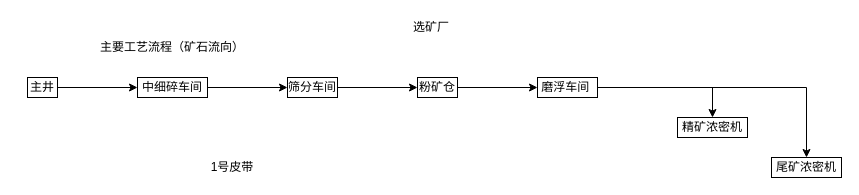
XS0612/daviddraw-drawio-diagrams keeps this draw.io diagram as 选矿工艺流程图.drawio. Above is the earlier version. Source tidied: cells renumbered, new cells numbered last; positions are measured from the earlier drawing's top-left corner, leaving out a move shared by most shapes. Both pictures are drawn from the tidied source at 100%, with x=0, y=0 at pixel (21, 17).
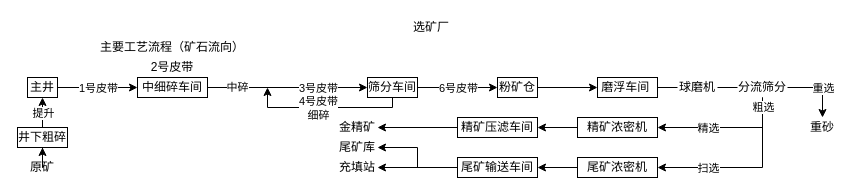
The same diagram, later.

Commit message:
更新选矿工艺流程图.drawio

The change refers to these unchanged cells:
```xml
<mxCell id="4" style="edgeStyle=orthogonalEdgeStyle;rounded=0;jettySize=auto;html=1;" parent="1" edge="1" source="5" target="7">
  <mxGeometry relative="1" as="geometry" />
</mxCell>
<mxCell id="5" value="主井" style="whiteSpace=wrap;html=1;" parent="1" vertex="1">
  <mxGeometry x="6" y="60" width="30" height="20" as="geometry" />
</mxCell>
<mxCell id="6" style="edgeStyle=orthogonalEdgeStyle;rounded=0;jettySize=auto;html=1;" parent="1" edge="1" source="7" target="10">
  <mxGeometry relative="1" as="geometry" />
</mxCell>
<mxCell id="9" style="edgeStyle=orthogonalEdgeStyle;rounded=0;jettySize=auto;html=1;" parent="1" edge="1" source="10" target="12">
  <mxGeometry relative="1" as="geometry" />
</mxCell>
```

Diff of the diagram source:
```diff
@@
+    <mxCell id="8" value="1号皮带" style="edgeLabel;html=1;align=center;verticalAlign=middle;" parent="4" vertex="1">
+      <mxGeometry x="-0.05" y="-1" relative="1" as="geometry">
+        <mxPoint x="2" y="-1" as="offset" />
+      </mxGeometry>
+    </mxCell>
@@
+    <mxCell id="18" value="3号皮带" style="edgeLabel;html=1;align=center;verticalAlign=middle;" parent="6" vertex="1">
+      <mxGeometry x="-0.05" relative="1" as="geometry">
+        <mxPoint x="34" as="offset" />
+      </mxGeometry>
+    </mxCell>
+    <mxCell id="19" value="中碎" style="edgeLabel;html=1;align=center;verticalAlign=middle;" parent="6" vertex="1">
+      <mxGeometry x="-0.64" y="1" relative="1" as="geometry" />
+    </mxCell>
@@
-    <mxCell id="8" value="1号皮带" style="text;html=1;whiteSpace=wrap;strokeColor=none;fillColor=none;align=center;verticalAlign=middle;rounded=0;" parent="1" vertex="1">
-      <mxGeometry x="186" y="140" width="50" height="20" as="geometry" />
-    </mxCell>
@@
+    <mxCell id="20" value="6号皮带" style="edgeLabel;html=1;align=center;verticalAlign=middle;" parent="9" vertex="1">
+      <mxGeometry x="0.03" y="-1" relative="1" as="geometry">
+        <mxPoint x="-1" y="-1" as="offset" />
+      </mxGeometry>
+    </mxCell>
+    <mxCell id="21" style="edgeStyle=orthogonalEdgeStyle;rounded=0;jettySize=auto;html=1;exitX=0.5;exitY=1;exitDx=0;exitDy=0;" parent="1" edge="1" source="10">
+      <mxGeometry relative="1" as="geometry">
+        <mxPoint x="246" y="70" as="targetPoint" />
+        <Array as="points">
+          <mxPoint x="371" y="90" />
+          <mxPoint x="246" y="90" />
+        </Array>
+      </mxGeometry>
+    </mxCell>
+    <mxCell id="22" value="4号皮带&lt;div&gt;细碎&lt;/div&gt;" style="edgeLabel;html=1;align=center;verticalAlign=middle;" parent="21" vertex="1">
+      <mxGeometry x="0.01" y="-2" relative="1" as="geometry">
+        <mxPoint x="-7" y="2" as="offset" />
+      </mxGeometry>
+    </mxCell>
     <mxCell id="10" value="筛分车间" style="whiteSpace=wrap;html=1;" parent="1" vertex="1">
-      <mxGeometry x="266" y="60" width="50" height="20" as="geometry" />
+      <mxGeometry x="346" y="60" width="50" height="20" as="geometry" />
     </mxCell>
@@
     <mxCell id="12" value="粉矿仓" style="whiteSpace=wrap;html=1;" parent="1" vertex="1">
-      <mxGeometry x="396" y="60" width="40" height="20" as="geometry" />
+      <mxGeometry x="476" y="60" width="40" height="20" as="geometry" />
     </mxCell>
-    <mxCell id="13" style="edgeStyle=orthogonalEdgeStyle;rounded=0;jettySize=auto;html=1;" parent="1" edge="1" source="15" target="16">
-      <mxGeometry relative="1" as="geometry" />
-    </mxCell>
-    <mxCell id="14" style="edgeStyle=orthogonalEdgeStyle;rounded=0;jettySize=auto;html=1;" parent="1" edge="1" source="15" target="17">
-      <mxGeometry relative="1" as="geometry" />
-    </mxCell>
     <mxCell id="15" value="磨浮车间&amp;nbsp;" style="whiteSpace=wrap;html=1;" parent="1" vertex="1">
-      <mxGeometry x="516" y="60" width="60" height="20" as="geometry" />
+      <mxGeometry x="576" y="60" width="60" height="20" as="geometry" />
     </mxCell>
+    <mxCell id="23" style="edgeStyle=orthogonalEdgeStyle;rounded=0;jettySize=auto;html=1;" parent="1" edge="1" source="16" target="26">
+      <mxGeometry relative="1" as="geometry" />
+    </mxCell>
     <mxCell id="16" value="尾矿浓密机" style="whiteSpace=wrap;html=1;" parent="1" vertex="1">
-      <mxGeometry x="750" y="140" width="70" height="20" as="geometry" />
+      <mxGeometry x="556" y="140" width="80" height="20" as="geometry" />
     </mxCell>
     <mxCell id="17" value="精矿浓密机" style="whiteSpace=wrap;html=1;" parent="1" vertex="1">
-      <mxGeometry x="656" y="100" width="70" height="20" as="geometry" />
+      <mxGeometry x="556" y="100" width="80" height="20" as="geometry" />
     </mxCell>
+    <mxCell id="24" style="edgeStyle=orthogonalEdgeStyle;rounded=0;jettySize=auto;html=1;exitX=0;exitY=0.5;exitDx=0;exitDy=0;entryX=1;entryY=0.5;entryDx=0;entryDy=0;" parent="1" edge="1" source="26" target="32">
+      <mxGeometry relative="1" as="geometry" />
+    </mxCell>
+    <mxCell id="25" style="edgeStyle=orthogonalEdgeStyle;rounded=0;jettySize=auto;html=1;entryX=1;entryY=0.5;entryDx=0;entryDy=0;" parent="1" edge="1" source="26" target="33">
+      <mxGeometry relative="1" as="geometry" />
+    </mxCell>
+    <mxCell id="26" value="尾矿输送车间" style="whiteSpace=wrap;html=1;" parent="1" vertex="1">
+      <mxGeometry x="436" y="140" width="80" height="20" as="geometry" />
+    </mxCell>
+    <mxCell id="27" value="精矿压滤车间" style="whiteSpace=wrap;html=1;" parent="1" vertex="1">
+      <mxGeometry x="436" y="100" width="80" height="20" as="geometry" />
+    </mxCell>
+    <mxCell id="28" style="endArrow=classic;html=1;rounded=0;exitX=0;exitY=0.5;exitDx=0;exitDy=0;entryX=1;entryY=0.5;entryDx=0;entryDy=0;" parent="1" edge="1" source="17" target="27">
+      <mxGeometry relative="1" as="geometry" />
+    </mxCell>
+    <mxCell id="29" value="2号皮带" style="text;html=1;whiteSpace=wrap;strokeColor=none;fillColor=none;align=center;verticalAlign=middle;rounded=0;" parent="1" vertex="1">
+      <mxGeometry x="126" y="40" width="50" height="20" as="geometry" />
+    </mxCell>
+    <mxCell id="30" value="金精矿" style="text;html=1;whiteSpace=wrap;strokeColor=none;fillColor=none;align=center;verticalAlign=middle;rounded=0;" parent="1" vertex="1">
+      <mxGeometry x="316" y="100" width="40" height="20" as="geometry" />
+    </mxCell>
+    <mxCell id="31" style="endArrow=classic;html=1;rounded=0;exitX=0;exitY=0.5;exitDx=0;exitDy=0;entryX=1;entryY=0.5;entryDx=0;entryDy=0;" parent="1" edge="1" source="27" target="30">
+      <mxGeometry relative="1" as="geometry" />
+    </mxCell>
+    <mxCell id="32" value="尾矿库" style="text;html=1;whiteSpace=wrap;strokeColor=none;fillColor=none;align=center;verticalAlign=middle;rounded=0;" parent="1" vertex="1">
+      <mxGeometry x="316" y="120" width="40" height="20" as="geometry" />
+    </mxCell>
+    <mxCell id="33" value="充填站" style="text;html=1;whiteSpace=wrap;strokeColor=none;fillColor=none;align=center;verticalAlign=middle;rounded=0;" parent="1" vertex="1">
+      <mxGeometry x="316" y="140" width="40" height="20" as="geometry" />
+    </mxCell>
+    <mxCell id="34" style="edgeStyle=orthogonalEdgeStyle;rounded=0;jettySize=auto;html=1;entryX=0.5;entryY=1;entryDx=0;entryDy=0;" parent="1" edge="1" source="35" target="38">
+      <mxGeometry relative="1" as="geometry" />
+    </mxCell>
+    <mxCell id="35" value="原矿" style="text;html=1;whiteSpace=wrap;strokeColor=none;fillColor=none;align=center;verticalAlign=middle;rounded=0;" parent="1" vertex="1">
+      <mxGeometry x="1" y="140" width="40" height="20" as="geometry" />
+    </mxCell>
+    <mxCell id="36" style="edgeStyle=orthogonalEdgeStyle;rounded=0;jettySize=auto;html=1;entryX=0.5;entryY=1;entryDx=0;entryDy=0;" parent="1" edge="1" source="38" target="5">
+      <mxGeometry relative="1" as="geometry" />
+    </mxCell>
+    <mxCell id="37" value="提升" style="edgeLabel;html=1;align=center;verticalAlign=middle;" parent="36" vertex="1">
+      <mxGeometry x="0.28" y="-1" relative="1" as="geometry">
+        <mxPoint x="-1" y="-3" as="offset" />
+      </mxGeometry>
+    </mxCell>
+    <mxCell id="38" value="井下粗碎" style="whiteSpace=wrap;html=1;" parent="1" vertex="1">
+      <mxGeometry x="-4" y="110" width="50" height="20" as="geometry" />
+    </mxCell>
+    <mxCell id="39" value="球磨机" style="text;html=1;whiteSpace=wrap;strokeColor=none;fillColor=none;align=center;verticalAlign=middle;rounded=0;" parent="1" vertex="1">
+      <mxGeometry x="656" y="60" width="40" height="20" as="geometry" />
+    </mxCell>
+    <mxCell id="40" style="edgeStyle=orthogonalEdgeStyle;rounded=0;jettySize=auto;html=1;entryX=1;entryY=0.5;entryDx=0;entryDy=0;exitX=0.5;exitY=1;exitDx=0;exitDy=0;" parent="1" edge="1" source="45" target="16">
+      <mxGeometry relative="1" as="geometry">
+        <Array as="points">
+          <mxPoint x="741" y="150" />
+        </Array>
+      </mxGeometry>
+    </mxCell>
+    <mxCell id="41" value="扫选" style="edgeLabel;html=1;align=center;verticalAlign=middle;" parent="40" vertex="1">
+      <mxGeometry x="0.41" y="-1" relative="1" as="geometry">
+        <mxPoint x="-2" y="1" as="offset" />
+      </mxGeometry>
+    </mxCell>
+    <mxCell id="42" style="edgeStyle=orthogonalEdgeStyle;rounded=0;jettySize=auto;html=1;entryX=1;entryY=0.5;entryDx=0;entryDy=0;" parent="1" edge="1" source="45" target="17">
+      <mxGeometry relative="1" as="geometry">
+        <Array as="points">
+          <mxPoint x="741" y="110" />
+        </Array>
+      </mxGeometry>
+    </mxCell>
+    <mxCell id="43" value="粗选" style="edgeLabel;html=1;align=center;verticalAlign=middle;" parent="42" vertex="1">
+      <mxGeometry x="-0.61" relative="1" as="geometry">
+        <mxPoint y="-17" as="offset" />
+      </mxGeometry>
+    </mxCell>
+    <mxCell id="44" value="精选" style="edgeLabel;html=1;align=center;verticalAlign=middle;" parent="42" vertex="1">
+      <mxGeometry x="0.21" y="1" relative="1" as="geometry">
+        <mxPoint x="-3" y="-1" as="offset" />
+      </mxGeometry>
+    </mxCell>
+    <mxCell id="45" value="分流筛分" style="text;html=1;whiteSpace=wrap;strokeColor=none;fillColor=none;align=center;verticalAlign=middle;rounded=0;" parent="1" vertex="1">
+      <mxGeometry x="716" y="60" width="50" height="20" as="geometry" />
+    </mxCell>
+    <mxCell id="46" value="重砂" style="text;html=1;whiteSpace=wrap;strokeColor=none;fillColor=none;align=center;verticalAlign=middle;rounded=0;" parent="1" vertex="1">
+      <mxGeometry x="786" y="100" width="30" height="20" as="geometry" />
+    </mxCell>
+    <mxCell id="47" style="endArrow=none;html=1;rounded=0;entryX=1;entryY=0.5;entryDx=0;entryDy=0;exitX=0;exitY=0.5;exitDx=0;exitDy=0;" parent="1" edge="1" source="39" target="15">
+      <mxGeometry relative="1" as="geometry" />
+    </mxCell>
+    <mxCell id="48" style="endArrow=none;html=1;rounded=0;entryX=1;entryY=0.5;entryDx=0;entryDy=0;exitX=0;exitY=0.5;exitDx=0;exitDy=0;" parent="1" edge="1" source="45" target="39">
+      <mxGeometry relative="1" as="geometry" />
+    </mxCell>
+    <mxCell id="49" style="endArrow=classic;html=1;rounded=0;exitX=1;exitY=0.5;exitDx=0;exitDy=0;entryX=0.5;entryY=0;entryDx=0;entryDy=0;" parent="1" edge="1" source="45" target="46">
+      <mxGeometry relative="1" as="geometry">
+        <Array as="points">
+          <mxPoint x="801" y="70" />
+        </Array>
+      </mxGeometry>
+    </mxCell>
+    <mxCell id="50" value="重选" style="edgeLabel;html=1;align=center;verticalAlign=middle;" parent="49" vertex="1">
+      <mxGeometry x="-0.47" y="1" relative="1" as="geometry">
+        <mxPoint x="18" y="1" as="offset" />
+      </mxGeometry>
+    </mxCell>
```
